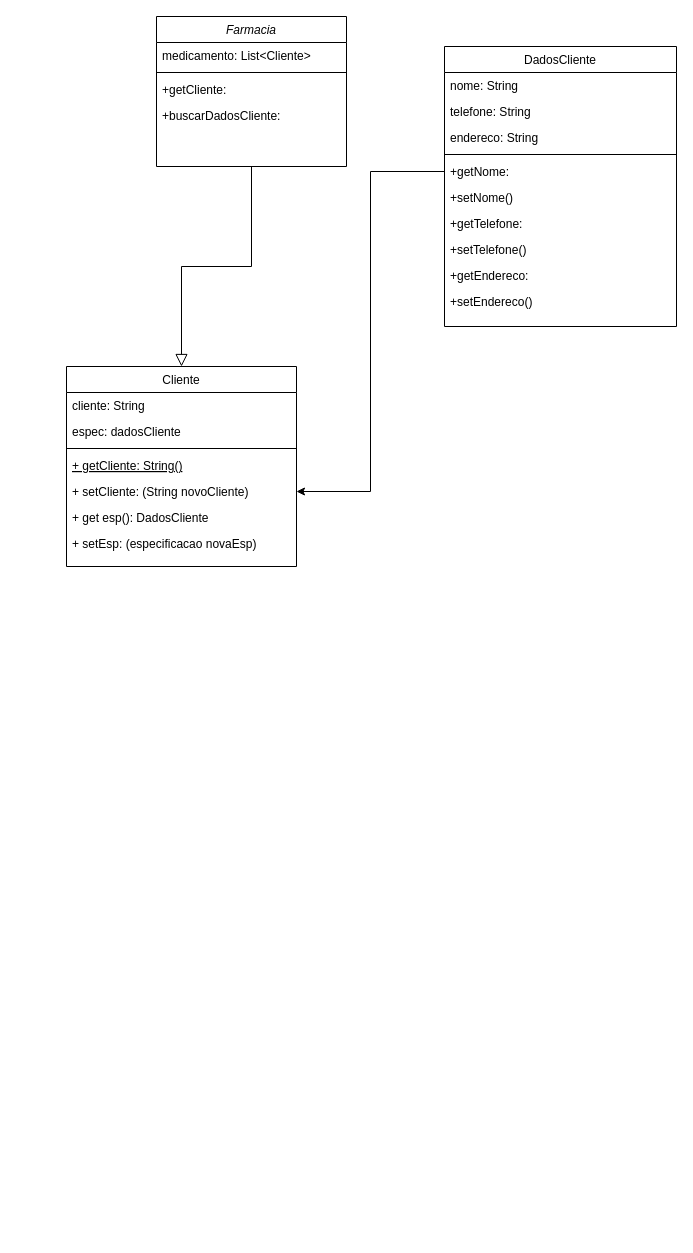
Before: Engenharia de Software/assets/Diagrama sem nome.drawio in beajdkjj/bertoti, a draw.io diagram. Source tidied: cells renumbered, new cells numbered last; positions are measured from the earlier drawing's top-left corner, leaving out a move shared by most shapes. Both pictures are drawn from the tidied source at 100%, with x=0, y=0 at pixel (66, 16).
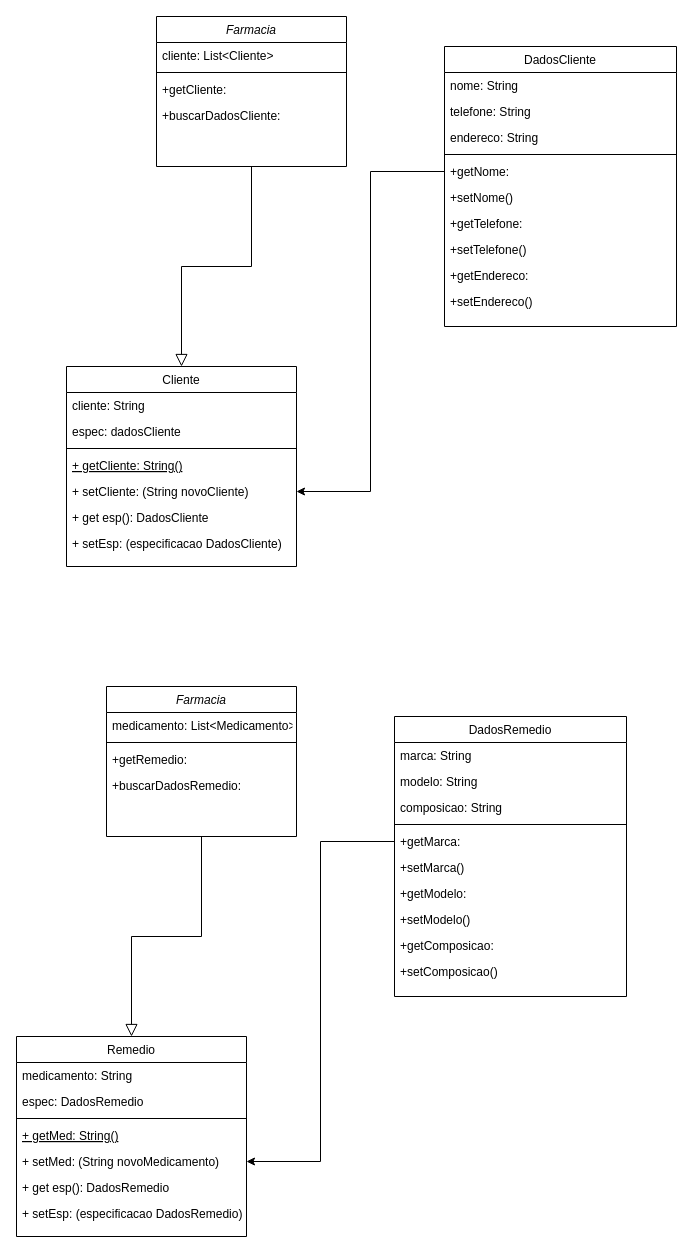
After the change.

The change refers to these unchanged cells:
```xml
<mxCell id="2" value="Farmacia" style="swimlane;fontStyle=2;align=center;verticalAlign=top;horizontal=1;startSize=26;rounded=0;shadow=0;strokeWidth=1;" parent="1" vertex="1">
  <mxGeometry x="90" width="190" height="150" as="geometry" />
</mxCell>
<mxCell id="7" value="Cliente&#10;" style="swimlane;fontStyle=0;align=center;verticalAlign=top;horizontal=1;startSize=26;rounded=0;shadow=0;strokeWidth=1;" parent="1" vertex="1">
  <mxGeometry y="350" width="230" height="200" as="geometry" />
</mxCell>
```

Diff of the diagram source:
```diff
@@
-    <mxCell id="3" value="medicamento: List&lt;Cliente&gt;" style="text;align=left;verticalAlign=top;spacingLeft=4;spacingRight=4;overflow=hidden;" parent="2" vertex="1">
+    <mxCell id="3" value="cliente: List&lt;Cliente&gt;" style="text;align=left;verticalAlign=top;spacingLeft=4;spacingRight=4;overflow=hidden;" parent="2" vertex="1">
       <mxGeometry y="26" width="190" height="26" as="geometry" />
     </mxCell>
@@
-    <mxCell id="14" value="+ setEsp: (especificacao novaEsp)" style="text;align=left;verticalAlign=top;spacingLeft=4;spacingRight=4;overflow=hidden;" parent="7" vertex="1">
+    <mxCell id="14" value="+ setEsp: (especificacao DadosCliente)" style="text;align=left;verticalAlign=top;spacingLeft=4;spacingRight=4;overflow=hidden;" parent="7" vertex="1">
       <mxGeometry y="164" width="230" height="26" as="geometry" />
     </mxCell>
@@
+    <mxCell id="28" value="Farmacia" style="swimlane;fontStyle=2;align=center;verticalAlign=top;horizontal=1;startSize=26;rounded=0;shadow=0;strokeWidth=1;" parent="1" vertex="1">
+      <mxGeometry x="40" y="670" width="190" height="150" as="geometry" />
+    </mxCell>
+    <mxCell id="29" value="medicamento: List&lt;Medicamento&gt;" style="text;align=left;verticalAlign=top;spacingLeft=4;spacingRight=4;overflow=hidden;" parent="28" vertex="1">
+      <mxGeometry y="26" width="190" height="26" as="geometry" />
+    </mxCell>
+    <mxCell id="30" style="line;html=1;strokeWidth=1;align=left;verticalAlign=middle;spacingTop=-1;spacingLeft=3;spacingRight=3;labelPosition=right;" parent="28" vertex="1">
+      <mxGeometry y="52" width="190" height="8" as="geometry" />
+    </mxCell>
+    <mxCell id="31" value="+getRemedio:&#10;" style="text;align=left;verticalAlign=top;spacingLeft=4;spacingRight=4;overflow=hidden;" parent="28" vertex="1">
+      <mxGeometry y="60" width="190" height="26" as="geometry" />
+    </mxCell>
+    <mxCell id="32" value="+buscarDadosRemedio:&#10;" style="text;align=left;verticalAlign=top;spacingLeft=4;spacingRight=4;overflow=hidden;" parent="28" vertex="1">
+      <mxGeometry y="86" width="190" height="26" as="geometry" />
+    </mxCell>
+    <mxCell id="33" value="Remedio" style="swimlane;fontStyle=0;align=center;verticalAlign=top;horizontal=1;startSize=26;rounded=0;shadow=0;strokeWidth=1;" parent="1" vertex="1">
+      <mxGeometry x="-50" y="1020" width="230" height="200" as="geometry" />
+    </mxCell>
+    <mxCell id="34" value="medicamento: String" style="text;align=left;verticalAlign=top;spacingLeft=4;spacingRight=4;overflow=hidden;" parent="33" vertex="1">
+      <mxGeometry y="26" width="230" height="26" as="geometry" />
+    </mxCell>
+    <mxCell id="35" value="espec: DadosRemedio" style="text;align=left;verticalAlign=top;spacingLeft=4;spacingRight=4;overflow=hidden;rounded=0;shadow=0;html=0;" parent="33" vertex="1">
+      <mxGeometry y="52" width="230" height="26" as="geometry" />
+    </mxCell>
+    <mxCell id="36" style="line;html=1;strokeWidth=1;align=left;verticalAlign=middle;spacingTop=-1;spacingLeft=3;spacingRight=3;labelPosition=right;" parent="33" vertex="1">
+      <mxGeometry y="78" width="230" height="8" as="geometry" />
+    </mxCell>
+    <mxCell id="37" value="+ getMed: String()" style="text;align=left;verticalAlign=top;spacingLeft=4;spacingRight=4;overflow=hidden;fontStyle=4;" parent="33" vertex="1">
+      <mxGeometry y="86" width="230" height="26" as="geometry" />
+    </mxCell>
+    <mxCell id="38" value="+ setMed: (String novoMedicamento)" style="text;align=left;verticalAlign=top;spacingLeft=4;spacingRight=4;overflow=hidden;points=[[0,0.5],[1,0.5]];portConstraint=eastwest;" parent="33" vertex="1">
+      <mxGeometry y="112" width="230" height="26" as="geometry" />
+    </mxCell>
+    <mxCell id="39" value="+ get esp(): DadosRemedio" style="text;align=left;verticalAlign=top;spacingLeft=4;spacingRight=4;overflow=hidden;" parent="33" vertex="1">
+      <mxGeometry y="138" width="230" height="26" as="geometry" />
+    </mxCell>
+    <mxCell id="40" value="+ setEsp: (especificacao DadosRemedio)" style="text;align=left;verticalAlign=top;spacingLeft=4;spacingRight=4;overflow=hidden;" parent="33" vertex="1">
+      <mxGeometry y="164" width="230" height="26" as="geometry" />
+    </mxCell>
+    <mxCell id="41" style="endArrow=block;endSize=10;endFill=0;shadow=0;strokeWidth=1;rounded=0;edgeStyle=elbowEdgeStyle;elbow=vertical;" parent="1" edge="1" source="28" target="33">
+      <mxGeometry relative="1" as="geometry" />
+    </mxCell>
+    <mxCell id="42" value="DadosRemedio" style="swimlane;fontStyle=0;align=center;verticalAlign=top;horizontal=1;startSize=26;rounded=0;shadow=0;strokeWidth=1;" parent="1" vertex="1">
+      <mxGeometry x="328" y="700" width="232" height="280" as="geometry" />
+    </mxCell>
+    <mxCell id="43" value="marca: String" style="text;align=left;verticalAlign=top;spacingLeft=4;spacingRight=4;overflow=hidden;" parent="42" vertex="1">
+      <mxGeometry y="26" width="232" height="26" as="geometry" />
+    </mxCell>
+    <mxCell id="44" value="modelo: String" style="text;align=left;verticalAlign=top;spacingLeft=4;spacingRight=4;overflow=hidden;rounded=0;shadow=0;html=0;" parent="42" vertex="1">
+      <mxGeometry y="52" width="232" height="26" as="geometry" />
+    </mxCell>
+    <mxCell id="45" value="composicao: String" style="text;align=left;verticalAlign=top;spacingLeft=4;spacingRight=4;overflow=hidden;rounded=0;shadow=0;html=0;" parent="42" vertex="1">
+      <mxGeometry y="78" width="232" height="26" as="geometry" />
+    </mxCell>
+    <mxCell id="46" style="line;html=1;strokeWidth=1;align=left;verticalAlign=middle;spacingTop=-1;spacingLeft=3;spacingRight=3;labelPosition=right;" parent="42" vertex="1">
+      <mxGeometry y="104" width="232" height="8" as="geometry" />
+    </mxCell>
+    <mxCell id="47" value="+getMarca:" style="text;align=left;verticalAlign=top;spacingLeft=4;spacingRight=4;overflow=hidden;points=[[0,0.5],[1,0.5]];portConstraint=eastwest;" parent="42" vertex="1">
+      <mxGeometry y="112" width="232" height="26" as="geometry" />
+    </mxCell>
+    <mxCell id="48" value="+setMarca()" style="text;align=left;verticalAlign=top;spacingLeft=4;spacingRight=4;overflow=hidden;" parent="42" vertex="1">
+      <mxGeometry y="138" width="232" height="26" as="geometry" />
+    </mxCell>
+    <mxCell id="49" value="+getModelo:" style="text;align=left;verticalAlign=top;spacingLeft=4;spacingRight=4;overflow=hidden;" parent="42" vertex="1">
+      <mxGeometry y="164" width="232" height="26" as="geometry" />
+    </mxCell>
+    <mxCell id="50" value="+setModelo()" style="text;align=left;verticalAlign=top;spacingLeft=4;spacingRight=4;overflow=hidden;" parent="42" vertex="1">
+      <mxGeometry y="190" width="232" height="26" as="geometry" />
+    </mxCell>
+    <mxCell id="51" value="+getComposicao:" style="text;align=left;verticalAlign=top;spacingLeft=4;spacingRight=4;overflow=hidden;" parent="42" vertex="1">
+      <mxGeometry y="216" width="232" height="26" as="geometry" />
+    </mxCell>
+    <mxCell id="52" value="+setComposicao()" style="text;align=left;verticalAlign=top;spacingLeft=4;spacingRight=4;overflow=hidden;" parent="42" vertex="1">
+      <mxGeometry y="242" width="232" height="26" as="geometry" />
+    </mxCell>
+    <mxCell id="53" style="edgeStyle=elbowEdgeStyle;rounded=0;jettySize=auto;html=1;entryX=1;entryY=0.5;entryDx=0;entryDy=0;" parent="1" edge="1" source="47" target="38">
+      <mxGeometry relative="1" as="geometry" />
+    </mxCell>
```
